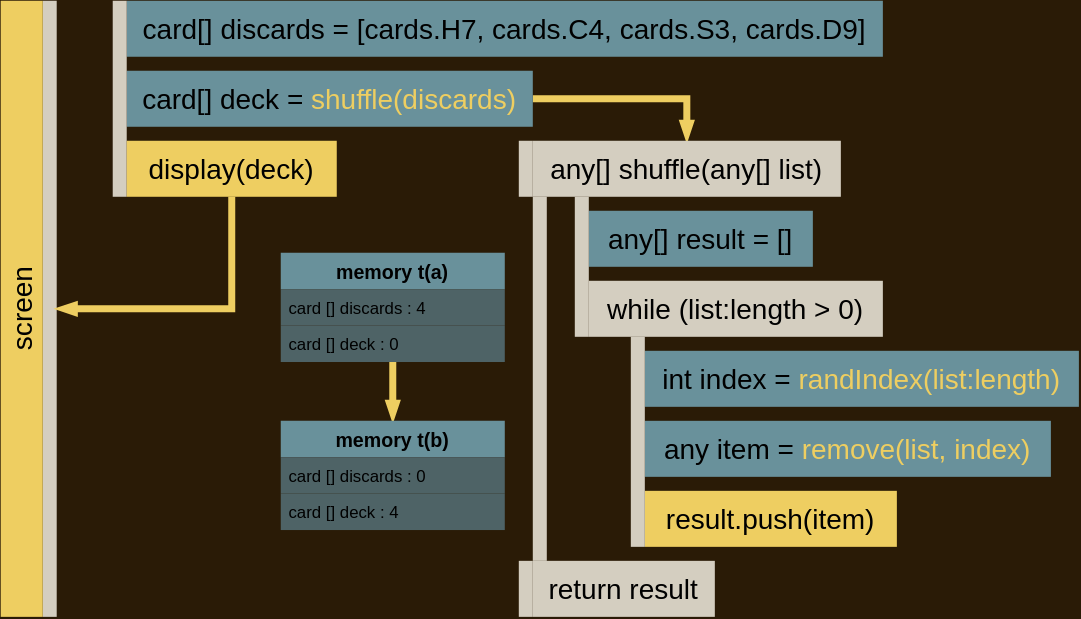
Above: channel/diagrams/clipart/code-blocks-interacting.drawio.svg in software-engineering-at-home/content (draw.io), before the change. Source tidied: cells renumbered, new cells last; positions are measured from the earlier drawing's top-left corner, leaving out a move shared by most shapes.
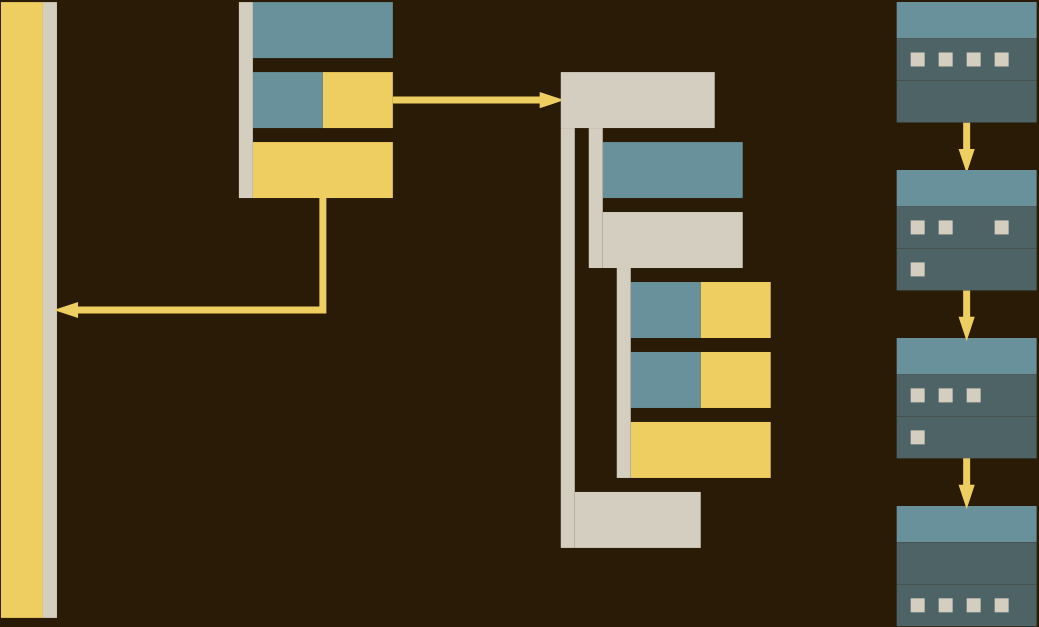
Above is the later version.

Commit message:
Draw simplified code blocks interacting

What changed in the source:
```diff
@@ -2,53 +2,47 @@
   <root>
     <mxCell id="0" />
     <mxCell id="1" parent="0" />
-    <mxCell id="2" value="card[] discards = [cards.H7, cards.C4, cards.S3, cards.D9]" style="rounded=0;whiteSpace=wrap;html=1;strokeColor=none;fontSize=20;fillColor=#69919B;" parent="1" vertex="1">
-      <mxGeometry x="295" width="540" height="40" as="geometry" />
+    <mxCell id="2" style="rounded=0;whiteSpace=wrap;html=1;strokeColor=none;fontSize=20;fillColor=#69919B;" parent="1" vertex="1">
+      <mxGeometry x="385" width="100" height="40" as="geometry" />
     </mxCell>
-    <mxCell id="3" style="edgeStyle=orthogonalEdgeStyle;rounded=0;jettySize=auto;html=1;exitX=1;exitY=0.5;exitDx=0;exitDy=0;entryX=0.5;entryY=0;entryDx=0;entryDy=0;fontSize=20;strokeColor=#EECE61;strokeWidth=5;endArrow=blockThin;endFill=1;endSize=2;startSize=2;" parent="1" edge="1" source="4" target="5">
+    <mxCell id="3" style="edgeStyle=orthogonalEdgeStyle;rounded=0;jettySize=auto;html=1;exitX=1;exitY=0.5;exitDx=0;exitDy=0;entryX=0;entryY=0.5;entryDx=0;entryDy=0;fontSize=20;strokeColor=#EECE61;strokeWidth=5;endArrow=blockThin;endFill=1;endSize=2;startSize=2;" parent="1" edge="1" source="50" target="5">
       <mxGeometry relative="1" as="geometry" />
     </mxCell>
-    <mxCell id="4" value="card[] deck = &lt;font color=&quot;#eece61&quot;&gt;shuffle(discards)&lt;/font&gt;" style="rounded=0;whiteSpace=wrap;html=1;strokeColor=none;fontSize=20;fillColor=#69919B;" parent="1" vertex="1">
-      <mxGeometry x="295" y="50" width="290" height="40" as="geometry" />
+    <mxCell id="4" style="rounded=0;whiteSpace=wrap;html=1;strokeColor=none;fontSize=20;fillColor=#69919B;" parent="1" vertex="1">
+      <mxGeometry x="385" y="50" width="50" height="40" as="geometry" />
     </mxCell>
-    <mxCell id="5" value="any[] shuffle(any[] list)" style="rounded=0;whiteSpace=wrap;html=1;strokeColor=none;fontSize=20;fillColor=#D4CEC0;" parent="1" vertex="1">
-      <mxGeometry x="585" y="100" width="220" height="40" as="geometry" />
+    <mxCell id="5" style="rounded=0;whiteSpace=wrap;html=1;strokeColor=none;fontSize=20;fillColor=#D4CEC0;" parent="1" vertex="1">
+      <mxGeometry x="605" y="50" width="110" height="40" as="geometry" />
     </mxCell>
-    <mxCell id="6" value="int index = &lt;font color=&quot;#eece61&quot;&gt;randIndex(list:length)&lt;/font&gt;" style="rounded=0;whiteSpace=wrap;html=1;strokeColor=none;fontSize=20;fillColor=#69919B;" parent="1" vertex="1">
-      <mxGeometry x="665" y="250" width="310" height="40" as="geometry" />
+    <mxCell id="6" style="rounded=0;whiteSpace=wrap;html=1;strokeColor=none;fontSize=20;fillColor=#69919B;" parent="1" vertex="1">
+      <mxGeometry x="655" y="200" width="50" height="40" as="geometry" />
     </mxCell>
-    <mxCell id="7" value="while (list:length &amp;gt; 0)" style="rounded=0;whiteSpace=wrap;html=1;strokeColor=none;fontSize=20;fillColor=#D4CEC0;" parent="1" vertex="1">
-      <mxGeometry x="625" y="200" width="210" height="40" as="geometry" />
+    <mxCell id="7" style="rounded=0;whiteSpace=wrap;html=1;strokeColor=none;fontSize=20;fillColor=#D4CEC0;" parent="1" vertex="1">
+      <mxGeometry x="635" y="150" width="100" height="40" as="geometry" />
     </mxCell>
-    <mxCell id="8" value="any[] result = []" style="rounded=0;whiteSpace=wrap;html=1;strokeColor=none;fontSize=20;fillColor=#69919B;" parent="1" vertex="1">
-      <mxGeometry x="625" y="150" width="160" height="40" as="geometry" />
+    <mxCell id="8" style="rounded=0;whiteSpace=wrap;html=1;strokeColor=none;fontSize=20;fillColor=#69919B;" parent="1" vertex="1">
+      <mxGeometry x="635" y="100" width="100" height="40" as="geometry" />
     </mxCell>
-    <mxCell id="9" value="any item = &lt;font color=&quot;#eece61&quot;&gt;remove(list, index)&lt;/font&gt;" style="rounded=0;whiteSpace=wrap;html=1;strokeColor=none;fontSize=20;fillColor=#69919B;" parent="1" vertex="1">
-      <mxGeometry x="665" y="300" width="290" height="40" as="geometry" />
+    <mxCell id="9" style="rounded=0;whiteSpace=wrap;html=1;strokeColor=none;fontSize=20;fillColor=#69919B;" parent="1" vertex="1">
+      <mxGeometry x="655" y="250" width="50" height="40" as="geometry" />
     </mxCell>
-    <mxCell id="10" value="result.push(item)" style="rounded=0;whiteSpace=wrap;html=1;strokeColor=none;fontSize=20;fillColor=#EECE61;" parent="1" vertex="1">
-      <mxGeometry x="665" y="350" width="180" height="40" as="geometry" />
+    <mxCell id="10" style="rounded=0;whiteSpace=wrap;html=1;strokeColor=none;fontSize=20;fillColor=#EECE61;" parent="1" vertex="1">
+      <mxGeometry x="655" y="300" width="100" height="40" as="geometry" />
     </mxCell>
-    <mxCell id="11" value="return result" style="rounded=0;whiteSpace=wrap;html=1;strokeColor=none;fontSize=20;fillColor=#D4CEC0;" parent="1" vertex="1">
-      <mxGeometry x="585" y="400" width="130" height="40" as="geometry" />
+    <mxCell id="11" style="rounded=0;whiteSpace=wrap;html=1;strokeColor=none;fontSize=20;fillColor=#D4CEC0;" parent="1" vertex="1">
+      <mxGeometry x="615" y="350" width="90" height="40" as="geometry" />
     </mxCell>
     <mxCell id="12" style="rounded=0;whiteSpace=wrap;html=1;strokeColor=none;fontSize=20;fillColor=#D4CEC0;" parent="1" vertex="1">
-      <mxGeometry x="285" width="10" height="140" as="geometry" />
+      <mxGeometry x="375" width="10" height="140" as="geometry" />
     </mxCell>
     <mxCell id="13" style="rounded=0;whiteSpace=wrap;html=1;strokeColor=none;fontSize=20;fillColor=#D4CEC0;" parent="1" vertex="1">
-      <mxGeometry x="615" y="140" width="10" height="100" as="geometry" />
+      <mxGeometry x="625" y="90" width="10" height="100" as="geometry" />
     </mxCell>
     <mxCell id="14" style="rounded=0;whiteSpace=wrap;html=1;strokeColor=none;fontSize=20;fillColor=#D4CEC0;" parent="1" vertex="1">
-      <mxGeometry x="655" y="240" width="10" height="150" as="geometry" />
+      <mxGeometry x="645" y="190" width="10" height="150" as="geometry" />
     </mxCell>
-    <mxCell id="15" style="rounded=0;whiteSpace=wrap;html=1;strokeColor=none;fontSize=20;fillColor=#D4CEC0;" parent="1" vertex="1">
-      <mxGeometry x="575" y="100" width="10" height="40" as="geometry" />
-    </mxCell>
-    <mxCell id="16" style="rounded=0;whiteSpace=wrap;html=1;strokeColor=none;fontSize=20;fillColor=#D4CEC0;" parent="1" vertex="1">
-      <mxGeometry x="575" y="400" width="10" height="40" as="geometry" />
-    </mxCell>
-    <mxCell id="17" value="display(deck)" style="rounded=0;whiteSpace=wrap;html=1;strokeColor=none;fontSize=20;fillColor=#EECE61;" parent="1" vertex="1">
-      <mxGeometry x="295" y="100" width="150" height="40" as="geometry" />
+    <mxCell id="17" style="rounded=0;whiteSpace=wrap;html=1;strokeColor=none;fontSize=20;fillColor=#EECE61;" parent="1" vertex="1">
+      <mxGeometry x="385" y="100" width="100" height="40" as="geometry" />
     </mxCell>
     <mxCell id="18" style="rounded=0;whiteSpace=wrap;html=1;strokeColor=none;fontSize=20;fillColor=#D4CEC0;" parent="1" vertex="1">
       <mxGeometry x="235" width="10" height="440" as="geometry" />
@@ -59,29 +53,155 @@
     <mxCell id="20" style="edgeStyle=orthogonalEdgeStyle;rounded=0;jettySize=auto;html=1;exitX=0.5;exitY=1;exitDx=0;exitDy=0;entryX=0.5;entryY=0;entryDx=0;entryDy=0;startSize=2;endArrow=blockThin;endFill=1;endSize=2;strokeColor=#EECE61;strokeWidth=5;fontSize=20;fontColor=#000000;" parent="1" edge="1" source="21" target="24">
       <mxGeometry relative="1" as="geometry" />
     </mxCell>
-    <mxCell id="21" value="memory t(a)" style="swimlane;fontStyle=1;horizontal=1;startSize=26;fontSize=14;strokeWidth=2;strokeColor=none;fillColor=#69919B;" parent="1" vertex="1">
-      <mxGeometry x="405" y="180" width="160" height="78" as="geometry" />
+    <mxCell id="21" style="swimlane;fontStyle=1;horizontal=1;startSize=26;fontSize=14;strokeWidth=2;strokeColor=none;fillColor=#69919B;" parent="1" vertex="1">
+      <mxGeometry x="845" width="100" height="86" as="geometry" />
     </mxCell>
-    <mxCell id="22" value="card [] discards : 4" style="text;align=left;verticalAlign=top;spacingLeft=4;spacingRight=4;overflow=hidden;fillColor=#4E6366;" parent="21" vertex="1">
-      <mxGeometry y="26" width="160" height="26" as="geometry" />
-    </mxCell>
-    <mxCell id="23" value="card [] deck : 0" style="text;strokeColor=none;align=left;verticalAlign=top;spacingLeft=4;spacingRight=4;overflow=hidden;fillColor=#4E6366;" parent="21" vertex="1">
-      <mxGeometry y="52" width="160" height="26" as="geometry" />
-    </mxCell>
+    <mxCell id="29" style="group;" parent="21" vertex="1">
+      <mxGeometry y="26" width="100" height="60" as="geometry" />
+    </mxCell>
+    <mxCell id="30" style="rounded=0;whiteSpace=wrap;html=1;strokeWidth=2;fontSize=14;fontColor=#000000;strokeColor=none;fillColor=#4E6366;" parent="29" vertex="1">
+      <mxGeometry width="100" height="30" as="geometry" />
+    </mxCell>
+    <mxCell id="31" style="group;" parent="29" vertex="1">
+      <mxGeometry x="10" y="10" width="70" height="10" as="geometry" />
+    </mxCell>
+    <mxCell id="32" style="rounded=0;whiteSpace=wrap;html=1;strokeColor=none;fontSize=20;fillColor=#D4CEC0;" parent="31" vertex="1">
+      <mxGeometry width="10" height="10" as="geometry" />
+    </mxCell>
+    <mxCell id="33" style="rounded=0;whiteSpace=wrap;html=1;strokeColor=none;fontSize=20;fillColor=#D4CEC0;" parent="31" vertex="1">
+      <mxGeometry x="20" width="10" height="10" as="geometry" />
+    </mxCell>
+    <mxCell id="34" style="rounded=0;whiteSpace=wrap;html=1;strokeColor=none;fontSize=20;fillColor=#D4CEC0;" parent="31" vertex="1">
+      <mxGeometry x="40" width="10" height="10" as="geometry" />
+    </mxCell>
+    <mxCell id="35" style="rounded=0;whiteSpace=wrap;html=1;strokeColor=none;fontSize=20;fillColor=#D4CEC0;" parent="31" vertex="1">
+      <mxGeometry x="60" width="10" height="10" as="geometry" />
+    </mxCell>
+    <mxCell id="36" style="group;" parent="29" vertex="1">
+      <mxGeometry y="30" width="100" height="30" as="geometry" />
+    </mxCell>
+    <mxCell id="37" style="rounded=0;whiteSpace=wrap;html=1;strokeWidth=2;fontSize=14;fontColor=#000000;strokeColor=none;fillColor=#4E6366;" parent="36" vertex="1">
+      <mxGeometry width="100" height="30" as="geometry" />
+    </mxCell>
-    <mxCell id="24" value="memory t(b)" style="swimlane;fontStyle=1;horizontal=1;startSize=26;fontSize=14;strokeWidth=2;strokeColor=none;fillColor=#69919B;" parent="1" vertex="1">
-      <mxGeometry x="405" y="300" width="160" height="78" as="geometry" />
+    <mxCell id="24" style="swimlane;fontStyle=1;horizontal=1;startSize=26;fontSize=14;strokeWidth=2;strokeColor=none;fillColor=#69919B;" parent="1" vertex="1">
+      <mxGeometry x="845" y="120" width="100" height="86" as="geometry" />
     </mxCell>
-    <mxCell id="25" value="card [] discards : 0" style="text;strokeColor=none;align=left;verticalAlign=top;spacingLeft=4;spacingRight=4;overflow=hidden;fillColor=#4E6366;" parent="24" vertex="1">
-      <mxGeometry y="26" width="160" height="26" as="geometry" />
-    </mxCell>
-    <mxCell id="26" value="card [] deck : 4" style="text;strokeColor=none;align=left;verticalAlign=top;spacingLeft=4;spacingRight=4;overflow=hidden;fillColor=#4E6366;" parent="24" vertex="1">
-      <mxGeometry y="52" width="160" height="26" as="geometry" />
-    </mxCell>
+    <mxCell id="38" style="group;" parent="24" vertex="1">
+      <mxGeometry y="26" width="100" height="30" as="geometry" />
+    </mxCell>
+    <mxCell id="39" style="rounded=0;whiteSpace=wrap;html=1;strokeWidth=2;fontSize=14;fontColor=#000000;strokeColor=none;fillColor=#4E6366;" parent="38" vertex="1">
+      <mxGeometry width="100" height="30" as="geometry" />
+    </mxCell>
+    <mxCell id="40" style="group;" parent="38" vertex="1">
+      <mxGeometry x="10" y="10" width="70" height="10" as="geometry" />
+    </mxCell>
+    <mxCell id="41" style="rounded=0;whiteSpace=wrap;html=1;strokeColor=none;fontSize=20;fillColor=#D4CEC0;" parent="40" vertex="1">
+      <mxGeometry width="10" height="10" as="geometry" />
+    </mxCell>
+    <mxCell id="42" style="rounded=0;whiteSpace=wrap;html=1;strokeColor=none;fontSize=20;fillColor=#D4CEC0;" parent="40" vertex="1">
+      <mxGeometry x="20" width="10" height="10" as="geometry" />
+    </mxCell>
+    <mxCell id="43" style="rounded=0;whiteSpace=wrap;html=1;strokeColor=none;fontSize=20;fillColor=#D4CEC0;" parent="40" vertex="1">
+      <mxGeometry x="60" width="10" height="10" as="geometry" />
+    </mxCell>
+    <mxCell id="44" style="group;" parent="24" vertex="1">
+      <mxGeometry y="56" width="100" height="30" as="geometry" />
+    </mxCell>
+    <mxCell id="45" style="rounded=0;whiteSpace=wrap;html=1;strokeWidth=2;fontSize=14;fontColor=#000000;strokeColor=none;fillColor=#4E6366;" parent="44" vertex="1">
+      <mxGeometry width="100" height="30" as="geometry" />
+    </mxCell>
+    <mxCell id="46" style="group;" parent="44" vertex="1">
+      <mxGeometry x="10" y="10" width="70" height="10" as="geometry" />
+    </mxCell>
+    <mxCell id="47" style="rounded=0;whiteSpace=wrap;html=1;strokeColor=none;fontSize=20;fillColor=#D4CEC0;" parent="46" vertex="1">
+      <mxGeometry width="10" height="10" as="geometry" />
+    </mxCell>
-    <mxCell id="27" value="&lt;span&gt;screen&lt;/span&gt;" style="rounded=0;whiteSpace=wrap;html=1;strokeColor=none;fontSize=20;fillColor=#EECE61;rotation=-90;" parent="1" vertex="1">
+    <mxCell id="27" style="rounded=0;whiteSpace=wrap;html=1;strokeColor=none;fontSize=20;fillColor=#EECE61;rotation=-90;" parent="1" vertex="1">
       <mxGeometry y="205" width="440" height="30" as="geometry" />
     </mxCell>
     <mxCell id="28" style="rounded=0;whiteSpace=wrap;html=1;strokeColor=none;fontSize=20;fillColor=#D4CEC0;" parent="1" vertex="1">
-      <mxGeometry x="585" y="140" width="10" height="260" as="geometry" />
+      <mxGeometry x="605" y="90" width="10" height="300" as="geometry" />
     </mxCell>
+    <mxCell id="48" style="rounded=0;whiteSpace=wrap;html=1;strokeColor=none;fontSize=20;fillColor=#EECE61;" parent="1" vertex="1">
+      <mxGeometry x="705" y="250" width="50" height="40" as="geometry" />
+    </mxCell>
+    <mxCell id="49" style="rounded=0;whiteSpace=wrap;html=1;strokeColor=none;fontSize=20;fillColor=#EECE61;" parent="1" vertex="1">
+      <mxGeometry x="705" y="200" width="50" height="40" as="geometry" />
+    </mxCell>
+    <mxCell id="50" style="rounded=0;whiteSpace=wrap;html=1;strokeColor=none;fontSize=20;fillColor=#EECE61;" parent="1" vertex="1">
+      <mxGeometry x="435" y="50" width="50" height="40" as="geometry" />
+    </mxCell>
+    <mxCell id="51" style="edgeStyle=orthogonalEdgeStyle;rounded=0;jettySize=auto;html=1;exitX=1;exitY=0.5;exitDx=0;exitDy=0;entryX=0;entryY=0.5;entryDx=0;entryDy=0;fontSize=20;strokeColor=#EECE61;strokeWidth=5;endArrow=blockThin;endFill=1;endSize=2;startSize=2;" parent="1" edge="1" source="4" target="50">
+      <mxGeometry relative="1" as="geometry" />
+    </mxCell>
+    <mxCell id="52" style="swimlane;fontStyle=1;horizontal=1;startSize=26;fontSize=14;strokeWidth=2;strokeColor=none;fillColor=#69919B;" parent="1" vertex="1">
+      <mxGeometry x="845" y="240" width="100" height="86" as="geometry" />
+    </mxCell>
+    <mxCell id="53" style="group;" parent="52" vertex="1">
+      <mxGeometry y="26" width="100" height="30" as="geometry" />
+    </mxCell>
+    <mxCell id="54" style="rounded=0;whiteSpace=wrap;html=1;strokeWidth=2;fontSize=14;fontColor=#000000;strokeColor=none;fillColor=#4E6366;" parent="53" vertex="1">
+      <mxGeometry width="100" height="30" as="geometry" />
+    </mxCell>
+    <mxCell id="55" style="group;" parent="53" vertex="1">
+      <mxGeometry x="10" y="10" width="70" height="10" as="geometry" />
+    </mxCell>
+    <mxCell id="56" style="rounded=0;whiteSpace=wrap;html=1;strokeColor=none;fontSize=20;fillColor=#D4CEC0;" parent="55" vertex="1">
+      <mxGeometry width="10" height="10" as="geometry" />
+    </mxCell>
+    <mxCell id="57" style="rounded=0;whiteSpace=wrap;html=1;strokeColor=none;fontSize=20;fillColor=#D4CEC0;" parent="55" vertex="1">
+      <mxGeometry x="20" width="10" height="10" as="geometry" />
+    </mxCell>
+    <mxCell id="58" style="rounded=0;whiteSpace=wrap;html=1;strokeColor=none;fontSize=20;fillColor=#D4CEC0;" parent="55" vertex="1">
+      <mxGeometry x="40" width="10" height="10" as="geometry" />
+    </mxCell>
+    <mxCell id="59" style="group;" parent="52" vertex="1">
+      <mxGeometry y="56" width="100" height="30" as="geometry" />
+    </mxCell>
+    <mxCell id="60" style="rounded=0;whiteSpace=wrap;html=1;strokeWidth=2;fontSize=14;fontColor=#000000;strokeColor=none;fillColor=#4E6366;" parent="59" vertex="1">
+      <mxGeometry width="100" height="30" as="geometry" />
+    </mxCell>
+    <mxCell id="61" style="group;" parent="59" vertex="1">
+      <mxGeometry x="10" y="10" width="70" height="10" as="geometry" />
+    </mxCell>
+    <mxCell id="62" style="rounded=0;whiteSpace=wrap;html=1;strokeColor=none;fontSize=20;fillColor=#D4CEC0;" parent="61" vertex="1">
+      <mxGeometry width="10" height="10" as="geometry" />
+    </mxCell>
+    <mxCell id="63" style="swimlane;fontStyle=1;horizontal=1;startSize=26;fontSize=14;strokeWidth=2;strokeColor=none;fillColor=#69919B;" parent="1" vertex="1">
+      <mxGeometry x="845" y="360" width="100" height="86" as="geometry" />
+    </mxCell>
+    <mxCell id="64" style="group;" parent="63" vertex="1">
+      <mxGeometry y="26" width="100" height="30" as="geometry" />
+    </mxCell>
+    <mxCell id="65" style="rounded=0;whiteSpace=wrap;html=1;strokeWidth=2;fontSize=14;fontColor=#000000;strokeColor=none;fillColor=#4E6366;" parent="64" vertex="1">
+      <mxGeometry width="100" height="30" as="geometry" />
+    </mxCell>
+    <mxCell id="66" style="group;" parent="63" vertex="1">
+      <mxGeometry y="56" width="100" height="30" as="geometry" />
+    </mxCell>
+    <mxCell id="67" style="rounded=0;whiteSpace=wrap;html=1;strokeWidth=2;fontSize=14;fontColor=#000000;strokeColor=none;fillColor=#4E6366;" parent="66" vertex="1">
+      <mxGeometry width="100" height="30" as="geometry" />
+    </mxCell>
+    <mxCell id="68" style="group;" parent="66" vertex="1">
+      <mxGeometry x="10" y="10" width="70" height="10" as="geometry" />
+    </mxCell>
+    <mxCell id="69" style="rounded=0;whiteSpace=wrap;html=1;strokeColor=none;fontSize=20;fillColor=#D4CEC0;" parent="68" vertex="1">
+      <mxGeometry width="10" height="10" as="geometry" />
+    </mxCell>
+    <mxCell id="70" style="rounded=0;whiteSpace=wrap;html=1;strokeColor=none;fontSize=20;fillColor=#D4CEC0;" parent="68" vertex="1">
+      <mxGeometry x="20" width="10" height="10" as="geometry" />
+    </mxCell>
+    <mxCell id="71" style="rounded=0;whiteSpace=wrap;html=1;strokeColor=none;fontSize=20;fillColor=#D4CEC0;" parent="68" vertex="1">
+      <mxGeometry x="40" width="10" height="10" as="geometry" />
+    </mxCell>
+    <mxCell id="72" style="rounded=0;whiteSpace=wrap;html=1;strokeColor=none;fontSize=20;fillColor=#D4CEC0;" parent="68" vertex="1">
+      <mxGeometry x="60" width="10" height="10" as="geometry" />
+    </mxCell>
+    <mxCell id="73" style="edgeStyle=orthogonalEdgeStyle;rounded=0;jettySize=auto;html=1;entryX=0.5;entryY=0;entryDx=0;entryDy=0;startSize=2;endArrow=blockThin;endFill=1;endSize=2;strokeColor=#EECE61;strokeWidth=5;fontSize=20;fontColor=#000000;" parent="1" edge="1" source="24" target="52">
+      <mxGeometry relative="1" as="geometry" />
+    </mxCell>
+    <mxCell id="74" style="edgeStyle=orthogonalEdgeStyle;rounded=0;jettySize=auto;html=1;startSize=2;endArrow=blockThin;endFill=1;endSize=2;strokeColor=#EECE61;strokeWidth=5;fontSize=20;fontColor=#000000;" parent="1" edge="1" source="52" target="63">
+      <mxGeometry relative="1" as="geometry" />
+    </mxCell>
   </root>
 </mxGraphModel>
```
